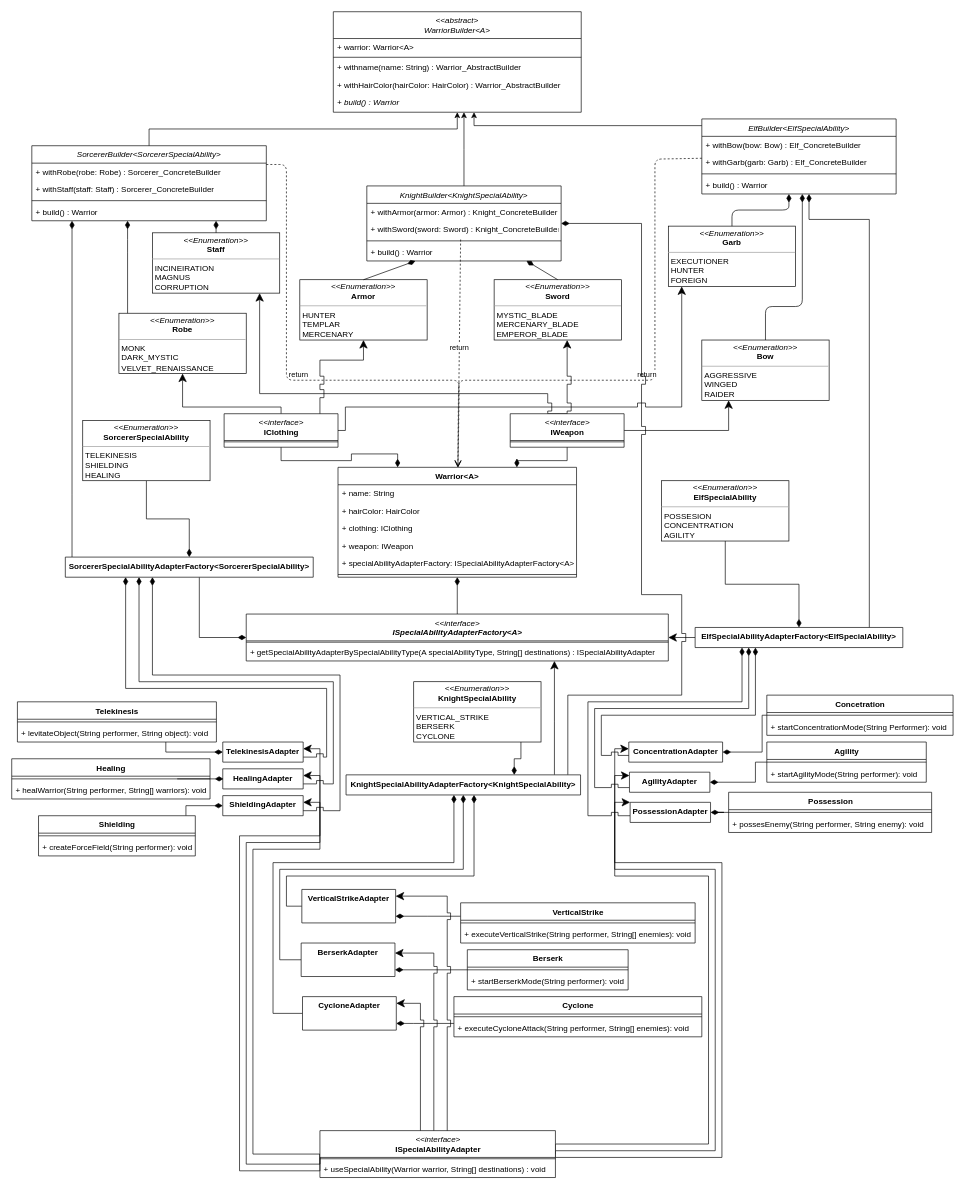
Rick-Addiction/Design-Patterns-Studies keeps this draw.io diagram as Structural Patterns/Adapter/doc/WARRIOR_SPECIAL_ABILITY.drawio. Above is the earlier version. Source tidied: cells renumbered, new cells numbered last; positions are measured from the earlier drawing's top-left corner, leaving out a move shared by most shapes. Both pictures are drawn from the tidied source at 67%, with x=0, y=0 at pixel (11, 11).
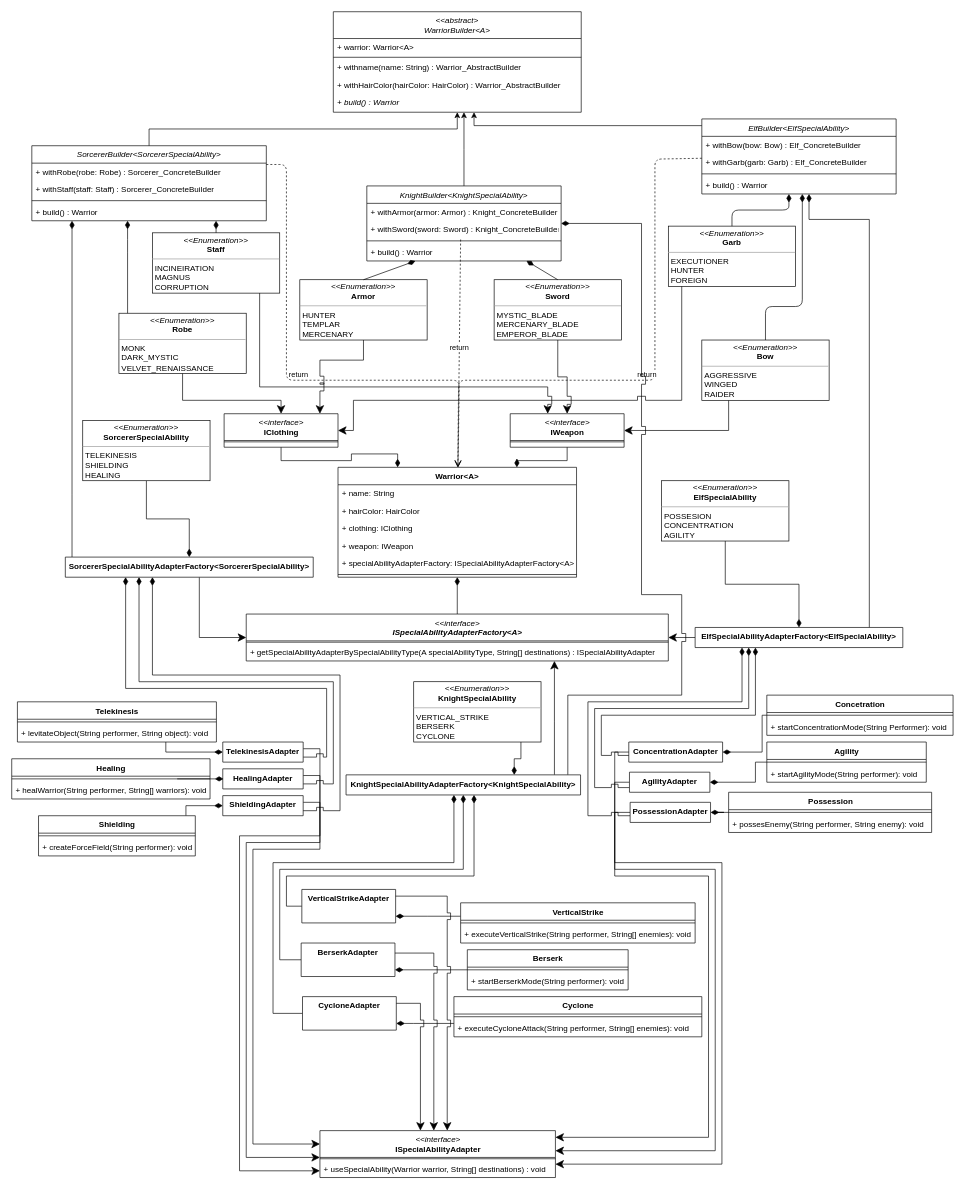
Above is the later version.

Commit message (it also covers changes not shown here):
Warrior Special Ability Readme rewrited

The change refers to these unchanged cells:
```xml
<mxCell id="33" value="&lt;p style=&quot;margin: 0px ; margin-top: 4px ; text-align: center&quot;&gt;&lt;i&gt;&amp;lt;&amp;lt;Enumeration&amp;gt;&amp;gt;&lt;/i&gt;&lt;br&gt;&lt;b&gt;Robe&lt;/b&gt;&lt;/p&gt;&lt;hr size=&quot;1&quot;&gt;&lt;p style=&quot;margin: 0px ; margin-left: 4px&quot;&gt;MONK&lt;br&gt;DARK_MYSTIC&lt;/p&gt;&lt;p style=&quot;margin: 0px ; margin-left: 4px&quot;&gt;VELVET_RENAISSANCE&lt;br&gt;&lt;br&gt;&lt;/p&gt;&lt;p style=&quot;margin: 0px ; margin-left: 4px&quot;&gt;&lt;br&gt;&lt;/p&gt;" style="verticalAlign=top;align=left;overflow=fill;fontSize=12;fontFamily=Helvetica;html=1;" parent="1" vertex="1">
  <mxGeometry x="160" y="450" width="190" height="90" as="geometry" />
</mxCell>
<mxCell id="34" value="&lt;p style=&quot;margin: 0px ; margin-top: 4px ; text-align: center&quot;&gt;&lt;i&gt;&amp;lt;&amp;lt;Enumeration&amp;gt;&amp;gt;&lt;/i&gt;&lt;br&gt;&lt;b&gt;Staff&lt;/b&gt;&lt;/p&gt;&lt;hr size=&quot;1&quot;&gt;&lt;p style=&quot;margin: 0px ; margin-left: 4px&quot;&gt;INCINEIRATION&lt;br&gt;MAGNUS&lt;/p&gt;&lt;p style=&quot;margin: 0px ; margin-left: 4px&quot;&gt;CORRUPTION&lt;br&gt;&lt;br&gt;&lt;/p&gt;&lt;p style=&quot;margin: 0px ; margin-left: 4px&quot;&gt;&lt;br&gt;&lt;/p&gt;" style="verticalAlign=top;align=left;overflow=fill;fontSize=12;fontFamily=Helvetica;html=1;" parent="1" vertex="1">
  <mxGeometry x="210" y="330" width="190" height="90" as="geometry" />
</mxCell>
<mxCell id="35" value="&lt;p style=&quot;margin: 0px ; margin-top: 4px ; text-align: center&quot;&gt;&lt;i&gt;&amp;lt;&amp;lt;Enumeration&amp;gt;&amp;gt;&lt;/i&gt;&lt;br&gt;&lt;b&gt;Armor&lt;/b&gt;&lt;/p&gt;&lt;hr size=&quot;1&quot;&gt;&lt;p style=&quot;margin: 0px ; margin-left: 4px&quot;&gt;HUNTER&lt;br&gt;TEMPLAR&lt;/p&gt;&lt;p style=&quot;margin: 0px ; margin-left: 4px&quot;&gt;MERCENARY&lt;br&gt;&lt;br&gt;&lt;/p&gt;&lt;p style=&quot;margin: 0px ; margin-left: 4px&quot;&gt;&lt;br&gt;&lt;/p&gt;" style="verticalAlign=top;align=left;overflow=fill;fontSize=12;fontFamily=Helvetica;html=1;" parent="1" vertex="1">
  <mxGeometry x="430" y="400" width="190" height="90" as="geometry" />
</mxCell>
<mxCell id="36" value="&lt;p style=&quot;margin: 0px ; margin-top: 4px ; text-align: center&quot;&gt;&lt;i&gt;&amp;lt;&amp;lt;Enumeration&amp;gt;&amp;gt;&lt;/i&gt;&lt;br&gt;&lt;b&gt;Sword&lt;/b&gt;&lt;/p&gt;&lt;hr size=&quot;1&quot;&gt;&lt;p style=&quot;margin: 0px ; margin-left: 4px&quot;&gt;MYSTIC_BLADE&lt;br&gt;MERCENARY_BLADE&lt;/p&gt;&lt;p style=&quot;margin: 0px ; margin-left: 4px&quot;&gt;EMPEROR_BLADE&lt;br&gt;&lt;br&gt;&lt;/p&gt;&lt;p style=&quot;margin: 0px ; margin-left: 4px&quot;&gt;&lt;br&gt;&lt;/p&gt;" style="verticalAlign=top;align=left;overflow=fill;fontSize=12;fontFamily=Helvetica;html=1;" parent="1" vertex="1">
  <mxGeometry x="720" y="400" width="190" height="90" as="geometry" />
</mxCell>
<mxCell id="37" value="&lt;p style=&quot;margin: 0px ; margin-top: 4px ; text-align: center&quot;&gt;&lt;i&gt;&amp;lt;&amp;lt;Enumeration&amp;gt;&amp;gt;&lt;/i&gt;&lt;br&gt;&lt;b&gt;Garb&lt;/b&gt;&lt;/p&gt;&lt;hr size=&quot;1&quot;&gt;&lt;p style=&quot;margin: 0px ; margin-left: 4px&quot;&gt;EXECUTIONER&lt;br&gt;HUNTER&lt;/p&gt;&lt;p style=&quot;margin: 0px ; margin-left: 4px&quot;&gt;FOREIGN&lt;br&gt;&lt;br&gt;&lt;/p&gt;&lt;p style=&quot;margin: 0px ; margin-left: 4px&quot;&gt;&lt;br&gt;&lt;/p&gt;" style="verticalAlign=top;align=left;overflow=fill;fontSize=12;fontFamily=Helvetica;html=1;" parent="1" vertex="1">
  <mxGeometry x="980" y="320" width="190" height="90" as="geometry" />
</mxCell>
<mxCell id="38" value="&lt;p style=&quot;margin: 0px ; margin-top: 4px ; text-align: center&quot;&gt;&lt;i&gt;&amp;lt;&amp;lt;Enumeration&amp;gt;&amp;gt;&lt;/i&gt;&lt;br&gt;&lt;b&gt;Bow&lt;/b&gt;&lt;/p&gt;&lt;hr size=&quot;1&quot;&gt;&lt;p style=&quot;margin: 0px ; margin-left: 4px&quot;&gt;AGGRESSIVE&lt;br&gt;WINGED&lt;/p&gt;&lt;p style=&quot;margin: 0px ; margin-left: 4px&quot;&gt;RAIDER&lt;br&gt;&lt;br&gt;&lt;/p&gt;&lt;p style=&quot;margin: 0px ; margin-left: 4px&quot;&gt;&lt;br&gt;&lt;/p&gt;" style="verticalAlign=top;align=left;overflow=fill;fontSize=12;fontFamily=Helvetica;html=1;" parent="1" vertex="1">
  <mxGeometry x="1030" y="490" width="190" height="90" as="geometry" />
</mxCell>
<mxCell id="51" value="&amp;lt;&amp;lt;interface&amp;gt;&lt;br&gt;&lt;b&gt;ISpecialAbilityAdapterFactory&amp;lt;A&amp;gt;&lt;/b&gt;" style="swimlane;fontStyle=2;align=center;verticalAlign=top;horizontal=1;startSize=40;rounded=0;shadow=0;strokeWidth=1;html=1;" parent="1" vertex="1">
  <mxGeometry x="350" y="899" width="630" height="70" as="geometry" />
</mxCell>
<mxCell id="56" value="SorcererSpecialAbilityAdapterFactory&lt;SorcererSpecialAbility&gt;" style="swimlane;fontStyle=1;align=center;verticalAlign=top;horizontal=1;startSize=112;rounded=0;shadow=0;strokeWidth=1;" parent="1" vertex="1">
  <mxGeometry x="80" y="814" width="370" height="30" as="geometry" />
</mxCell>
<mxCell id="74" value="&amp;lt;&amp;lt;interface&amp;gt;&lt;br&gt;&lt;b style=&quot;font-style: normal&quot;&gt;ISpecialAbilityAdapter&lt;/b&gt;" style="swimlane;fontStyle=2;align=center;verticalAlign=top;horizontal=1;startSize=40;rounded=0;shadow=0;strokeWidth=1;html=1;" parent="1" vertex="1">
  <mxGeometry x="460" y="1670" width="351.5" height="70" as="geometry" />
</mxCell>
<mxCell id="79" value="HealingAdapter" style="swimlane;fontStyle=1;align=center;verticalAlign=top;horizontal=1;startSize=112;rounded=0;shadow=0;strokeWidth=1;" parent="1" vertex="1">
  <mxGeometry x="315" y="1130" width="120" height="30" as="geometry" />
</mxCell>
<mxCell id="80" value="ShieldingAdapter" style="swimlane;fontStyle=1;align=center;verticalAlign=top;horizontal=1;startSize=112;rounded=0;shadow=0;strokeWidth=1;" parent="1" vertex="1">
  <mxGeometry x="315" y="1170" width="120" height="30" as="geometry" />
</mxCell>
<mxCell id="82" value="VerticalStrikeAdapter" style="swimlane;fontStyle=1;align=center;verticalAlign=top;horizontal=1;startSize=112;rounded=0;shadow=0;strokeWidth=1;" parent="1" vertex="1">
  <mxGeometry x="433" y="1310" width="140" height="50" as="geometry" />
</mxCell>
<mxCell id="84" value="BerserkAdapter" style="swimlane;fontStyle=1;align=center;verticalAlign=top;horizontal=1;startSize=112;rounded=0;shadow=0;strokeWidth=1;" parent="1" vertex="1">
  <mxGeometry x="432" y="1390" width="140" height="50" as="geometry" />
</mxCell>
<mxCell id="86" value="CycloneAdapter" style="swimlane;fontStyle=1;align=center;verticalAlign=top;horizontal=1;startSize=112;rounded=0;shadow=0;strokeWidth=1;" parent="1" vertex="1">
  <mxGeometry x="434" y="1470" width="140" height="50" as="geometry" />
</mxCell>
<mxCell id="88" value="PossessionAdapter" style="swimlane;fontStyle=1;align=center;verticalAlign=top;horizontal=1;startSize=112;rounded=0;shadow=0;strokeWidth=1;" parent="1" vertex="1">
  <mxGeometry x="923" y="1180" width="120" height="30" as="geometry" />
</mxCell>
<mxCell id="90" value="ConcentrationAdapter" style="swimlane;fontStyle=1;align=center;verticalAlign=top;horizontal=1;startSize=0;rounded=0;shadow=0;strokeWidth=1;" parent="1" vertex="1">
  <mxGeometry x="921" y="1090" width="140" height="30" as="geometry" />
</mxCell>
<mxCell id="92" value="AgilityAdapter" style="swimlane;fontStyle=1;align=center;verticalAlign=top;horizontal=1;startSize=112;rounded=0;shadow=0;strokeWidth=1;" parent="1" vertex="1">
  <mxGeometry x="922" y="1135" width="120" height="30" as="geometry" />
</mxCell>
<mxCell id="125" value="&amp;lt;&amp;lt;interface&amp;gt;&lt;br&gt;&lt;b style=&quot;font-style: normal&quot;&gt;IClothing&lt;/b&gt;" style="swimlane;fontStyle=2;align=center;verticalAlign=top;horizontal=1;startSize=40;rounded=0;shadow=0;strokeWidth=1;html=1;" parent="1" vertex="1">
  <mxGeometry x="317" y="600" width="170" height="50" as="geometry" />
</mxCell>
<mxCell id="130" value="&amp;lt;&amp;lt;interface&amp;gt;&lt;br&gt;&lt;b style=&quot;font-style: normal&quot;&gt;IWeapon&lt;/b&gt;" style="swimlane;fontStyle=2;align=center;verticalAlign=top;horizontal=1;startSize=40;rounded=0;shadow=0;strokeWidth=1;html=1;" parent="1" vertex="1">
  <mxGeometry x="744" y="600" width="170" height="50" as="geometry" />
</mxCell>
<mxCell id="135" value="TelekinesisAdapter" style="swimlane;fontStyle=1;align=center;verticalAlign=top;horizontal=1;startSize=112;rounded=0;shadow=0;strokeWidth=1;" parent="1" vertex="1">
  <mxGeometry x="315" y="1090" width="120" height="30" as="geometry" />
</mxCell>
```

What changed in the source:
```diff
@@
-    <mxCell id="3" style="edgeStyle=orthogonalEdgeStyle;rounded=0;jettySize=auto;html=1;exitX=1;exitY=0.5;exitDx=0;exitDy=0;endArrow=classic;endFill=1;endSize=10;" parent="1" edge="1" source="130" target="38">
+    <mxCell id="3" style="edgeStyle=orthogonalEdgeStyle;rounded=0;jettySize=auto;html=1;endArrow=none;endFill=0;endSize=10;strokeWidth=1;startFill=1;startArrow=classic;startSize=10;" parent="1" edge="1" source="130" target="38">
       <mxGeometry relative="1" as="geometry">
         <Array as="points">
           <mxPoint x="1070" y="625" />
         </Array>
       </mxGeometry>
     </mxCell>
@@
-    <mxCell id="54" style="edgeStyle=orthogonalEdgeStyle;rounded=0;jettySize=auto;html=1;endArrow=diamondThin;endFill=1;endSize=10;strokeWidth=1;" parent="1" edge="1" source="56" target="51">
+    <mxCell id="54" style="edgeStyle=orthogonalEdgeStyle;rounded=0;jettySize=auto;html=1;endArrow=classic;endFill=1;endSize=10;strokeWidth=1;startFill=0;startArrow=none;startSize=10;" parent="1" edge="1" source="56" target="51">
       <mxGeometry relative="1" as="geometry">
         <Array as="points">
           <mxPoint x="280" y="934" />
         </Array>
       </mxGeometry>
     </mxCell>
@@
-    <mxCell id="68" style="edgeStyle=orthogonalEdgeStyle;rounded=0;jettySize=auto;html=1;exitX=0;exitY=0.5;exitDx=0;exitDy=0;endArrow=classic;endFill=1;endSize=10;strokeWidth=1;" parent="1" edge="1" source="74" target="135">
+    <mxCell id="68" style="edgeStyle=orthogonalEdgeStyle;rounded=0;jettySize=auto;html=1;endArrow=none;endFill=0;endSize=10;strokeWidth=1;startFill=1;startArrow=classic;startSize=10;" parent="1" edge="1" source="74" target="135">
       <mxGeometry relative="1" as="geometry">
         <Array as="points">
-          <mxPoint x="460" y="1730" />
           <mxPoint x="340" y="1730" />
           <mxPoint x="340" y="1230" />
           <mxPoint x="460" y="1230" />
           <mxPoint x="460" y="1100" />
         </Array>
       </mxGeometry>
     </mxCell>
-    <mxCell id="69" style="edgeStyle=orthogonalEdgeStyle;rounded=0;jettySize=auto;html=1;exitX=0;exitY=0.5;exitDx=0;exitDy=0;endArrow=classic;endFill=1;endSize=10;strokeWidth=1;" parent="1" edge="1" source="74" target="79">
+    <mxCell id="69" style="edgeStyle=orthogonalEdgeStyle;rounded=0;jettySize=auto;html=1;endArrow=none;endFill=0;endSize=10;strokeWidth=1;startFill=1;startArrow=classic;startSize=10;" parent="1" edge="1" source="74" target="79">
       <mxGeometry relative="1" as="geometry">
         <Array as="points">
-          <mxPoint x="460" y="1720" />
-          <mxPoint x="350" y="1720" />
+          <mxPoint x="350" y="1710" />
           <mxPoint x="350" y="1240" />
           <mxPoint x="460" y="1240" />
           <mxPoint x="460" y="1140" />
         </Array>
       </mxGeometry>
     </mxCell>
-    <mxCell id="70" style="edgeStyle=orthogonalEdgeStyle;rounded=0;jettySize=auto;html=1;exitX=0;exitY=0.5;exitDx=0;exitDy=0;endArrow=classic;endFill=1;endSize=10;strokeWidth=1;" parent="1" edge="1" source="74" target="80">
+    <mxCell id="70" style="edgeStyle=orthogonalEdgeStyle;rounded=0;jettySize=auto;html=1;endArrow=none;endFill=0;endSize=10;strokeWidth=1;startFill=1;startArrow=classic;startSize=10;" parent="1" edge="1" source="74" target="80">
       <mxGeometry relative="1" as="geometry">
         <Array as="points">
-          <mxPoint x="360" y="1705" />
+          <mxPoint x="360" y="1690" />
           <mxPoint x="360" y="1250" />
           <mxPoint x="460" y="1250" />
           <mxPoint x="460" y="1180" />
         </Array>
       </mxGeometry>
     </mxCell>
-    <mxCell id="71" style="edgeStyle=orthogonalEdgeStyle;rounded=0;jettySize=auto;html=1;exitX=1;exitY=0.5;exitDx=0;exitDy=0;endArrow=classic;endFill=1;endSize=10;strokeWidth=1;" parent="1" edge="1" source="74" target="92">
+    <mxCell id="71" style="edgeStyle=orthogonalEdgeStyle;rounded=0;jettySize=auto;html=1;endArrow=none;endFill=0;endSize=10;strokeWidth=1;startFill=1;startArrow=classic;startSize=10;" parent="1" edge="1" source="74" target="92">
       <mxGeometry relative="1" as="geometry">
         <Array as="points">
-          <mxPoint x="812" y="1690" />
-          <mxPoint x="1040" y="1690" />
+          <mxPoint x="1040" y="1680" />
           <mxPoint x="1040" y="1290" />
           <mxPoint x="900" y="1290" />
-          <mxPoint x="900" y="1140" />
+          <mxPoint x="900" y="1150" />
         </Array>
       </mxGeometry>
     </mxCell>
-    <mxCell id="72" style="edgeStyle=orthogonalEdgeStyle;rounded=0;jettySize=auto;html=1;exitX=1;exitY=0.5;exitDx=0;exitDy=0;endArrow=classic;endFill=1;endSize=10;strokeWidth=1;" parent="1" edge="1" source="74" target="90">
+    <mxCell id="72" style="edgeStyle=orthogonalEdgeStyle;rounded=0;jettySize=auto;html=1;endArrow=none;endFill=0;endSize=10;strokeWidth=1;startFill=1;startArrow=classic;startSize=10;" parent="1" edge="1" source="74" target="90">
       <mxGeometry relative="1" as="geometry">
         <Array as="points">
-          <mxPoint x="812" y="1700" />
           <mxPoint x="1050" y="1700" />
           <mxPoint x="1050" y="1280" />
           <mxPoint x="900" y="1280" />
-          <mxPoint x="900" y="1100" />
+          <mxPoint x="900" y="1105" />
         </Array>
       </mxGeometry>
     </mxCell>
-    <mxCell id="73" style="edgeStyle=orthogonalEdgeStyle;rounded=0;jettySize=auto;html=1;exitX=1;exitY=0.5;exitDx=0;exitDy=0;endArrow=classic;endFill=1;endSize=10;strokeWidth=1;" parent="1" edge="1" source="74" target="88">
+    <mxCell id="73" style="edgeStyle=orthogonalEdgeStyle;rounded=0;jettySize=auto;html=1;endArrow=none;endFill=0;endSize=10;strokeWidth=1;startFill=1;startArrow=classic;startSize=10;" parent="1" edge="1" source="74" target="88">
       <mxGeometry relative="1" as="geometry">
         <Array as="points">
-          <mxPoint x="812" y="1710" />
-          <mxPoint x="1060" y="1710" />
+          <mxPoint x="1060" y="1720" />
           <mxPoint x="1060" y="1270" />
           <mxPoint x="900" y="1270" />
-          <mxPoint x="900" y="1180" />
+          <mxPoint x="900" y="1195" />
         </Array>
       </mxGeometry>
     </mxCell>
@@
-    <mxCell id="123" style="edgeStyle=orthogonalEdgeStyle;rounded=0;jettySize=auto;html=1;entryX=0.5;entryY=1;entryDx=0;entryDy=0;endArrow=classic;endFill=1;endSize=10;" parent="1" edge="1" source="125" target="33">
+    <mxCell id="123" style="edgeStyle=orthogonalEdgeStyle;rounded=0;jettySize=auto;html=1;entryX=0.5;entryY=1;entryDx=0;entryDy=0;endArrow=none;endFill=0;endSize=10;strokeWidth=1;startFill=1;startArrow=classic;startSize=10;" parent="1" edge="1" source="125" target="33">
       <mxGeometry relative="1" as="geometry">
         <Array as="points">
-          <mxPoint x="402" y="590" />
-          <mxPoint x="255" y="590" />
+          <mxPoint x="402" y="580" />
+          <mxPoint x="255" y="580" />
         </Array>
       </mxGeometry>
     </mxCell>
-    <mxCell id="124" style="edgeStyle=orthogonalEdgeStyle;rounded=0;jettySize=auto;html=1;endArrow=classic;endFill=1;endSize=10;exitX=1;exitY=0.5;exitDx=0;exitDy=0;jumpStyle=sharp;jumpSize=12;" parent="1" edge="1" source="125" target="37">
+    <mxCell id="124" style="edgeStyle=orthogonalEdgeStyle;rounded=0;jettySize=auto;html=1;endArrow=none;endFill=0;endSize=10;jumpStyle=sharp;jumpSize=12;strokeWidth=1;startFill=1;startArrow=classic;startSize=10;" parent="1" edge="1" source="125" target="37">
       <mxGeometry relative="1" as="geometry">
         <Array as="points">
-          <mxPoint x="498" y="625" />
-          <mxPoint x="498" y="590" />
-          <mxPoint x="1000" y="590" />
+          <mxPoint x="510" y="625" />
+          <mxPoint x="510" y="580" />
+          <mxPoint x="1000" y="580" />
         </Array>
       </mxGeometry>
     </mxCell>
@@
-    <mxCell id="128" style="edgeStyle=orthogonalEdgeStyle;rounded=0;jettySize=auto;html=1;exitX=0.5;exitY=0;exitDx=0;exitDy=0;endArrow=classic;endFill=1;endSize=10;jumpStyle=sharp;jumpSize=12;" parent="1" edge="1" source="130" target="36">
-      <mxGeometry relative="1" as="geometry">
-        <Array as="points">
-          <mxPoint x="829" y="520" />
-          <mxPoint x="829" y="520" />
-        </Array>
-      </mxGeometry>
+    <mxCell id="128" style="edgeStyle=orthogonalEdgeStyle;rounded=0;jettySize=auto;html=1;endArrow=none;endFill=0;endSize=10;jumpStyle=sharp;jumpSize=12;strokeWidth=1;startFill=1;startArrow=classic;startSize=10;" parent="1" edge="1" source="130" target="36">
+      <mxGeometry relative="1" as="geometry" />
     </mxCell>
-    <mxCell id="129" style="edgeStyle=orthogonalEdgeStyle;rounded=0;jettySize=auto;html=1;exitX=0.5;exitY=0;exitDx=0;exitDy=0;endArrow=classic;endFill=1;endSize=10;jumpStyle=sharp;jumpSize=12;" parent="1" edge="1" source="130" target="34">
+    <mxCell id="129" style="edgeStyle=orthogonalEdgeStyle;rounded=0;jettySize=auto;html=1;endArrow=none;endFill=0;endSize=10;jumpStyle=sharp;jumpSize=12;strokeWidth=1;startFill=1;startArrow=classic;startSize=10;" parent="1" edge="1" source="130" target="34">
       <mxGeometry relative="1" as="geometry">
         <Array as="points">
-          <mxPoint x="800" y="600" />
-          <mxPoint x="800" y="570" />
-          <mxPoint x="370" y="570" />
+          <mxPoint x="800" y="560" />
+          <mxPoint x="370" y="560" />
         </Array>
       </mxGeometry>
     </mxCell>
@@
-    <mxCell id="132" style="edgeStyle=orthogonalEdgeStyle;rounded=0;jettySize=auto;html=1;endArrow=classic;endFill=1;endSize=10;strokeWidth=1;jumpStyle=sharp;jumpSize=10;" parent="1" edge="1" source="74" target="86">
+    <mxCell id="132" style="edgeStyle=orthogonalEdgeStyle;rounded=0;jettySize=auto;html=1;endArrow=none;endFill=0;endSize=10;strokeWidth=1;jumpStyle=sharp;jumpSize=10;startArrow=classic;startFill=1;startSize=10;" parent="1" edge="1" source="74" target="86">
       <mxGeometry relative="1" as="geometry">
         <Array as="points">
           <mxPoint x="610" y="1480" />
         </Array>
       </mxGeometry>
     </mxCell>
-    <mxCell id="133" style="edgeStyle=orthogonalEdgeStyle;rounded=0;jettySize=auto;html=1;endArrow=classic;endFill=1;endSize=10;strokeWidth=1;jumpStyle=sharp;jumpSize=10;" parent="1" edge="1" source="74" target="84">
+    <mxCell id="133" style="edgeStyle=orthogonalEdgeStyle;rounded=0;jettySize=auto;html=1;endArrow=none;endFill=0;endSize=10;strokeWidth=1;jumpStyle=sharp;jumpSize=10;startFill=1;startArrow=classic;startSize=10;" parent="1" edge="1" source="74" target="84">
       <mxGeometry relative="1" as="geometry">
         <Array as="points">
           <mxPoint x="630" y="1405" />
         </Array>
       </mxGeometry>
     </mxCell>
-    <mxCell id="134" style="edgeStyle=orthogonalEdgeStyle;rounded=0;jettySize=auto;html=1;endArrow=classic;endFill=1;endSize=10;strokeWidth=1;jumpStyle=sharp;jumpSize=10;" parent="1" edge="1" source="74" target="82">
+    <mxCell id="134" style="edgeStyle=orthogonalEdgeStyle;rounded=0;jettySize=auto;html=1;endArrow=none;endFill=0;endSize=10;strokeWidth=1;jumpStyle=sharp;jumpSize=10;startFill=1;startArrow=classic;startSize=10;" parent="1" edge="1" source="74" target="82">
       <mxGeometry relative="1" as="geometry">
         <Array as="points">
           <mxPoint x="650" y="1320" />
         </Array>
       </mxGeometry>
     </mxCell>
@@
-    <mxCell id="144" style="edgeStyle=orthogonalEdgeStyle;rounded=0;jettySize=auto;html=1;endArrow=classic;endFill=1;endSize=10;jumpStyle=sharp;jumpSize=12;" parent="1" edge="1" source="125" target="35">
+    <mxCell id="144" style="edgeStyle=orthogonalEdgeStyle;rounded=0;jettySize=auto;html=1;endArrow=none;endFill=0;endSize=10;jumpStyle=sharp;jumpSize=12;strokeWidth=1;startFill=1;startArrow=classic;startSize=10;" parent="1" edge="1" source="125" target="35">
       <mxGeometry relative="1" as="geometry">
         <Array as="points">
           <mxPoint x="460" y="520" />
           <mxPoint x="525" y="520" />
         </Array>
       </mxGeometry>
     </mxCell>
```
